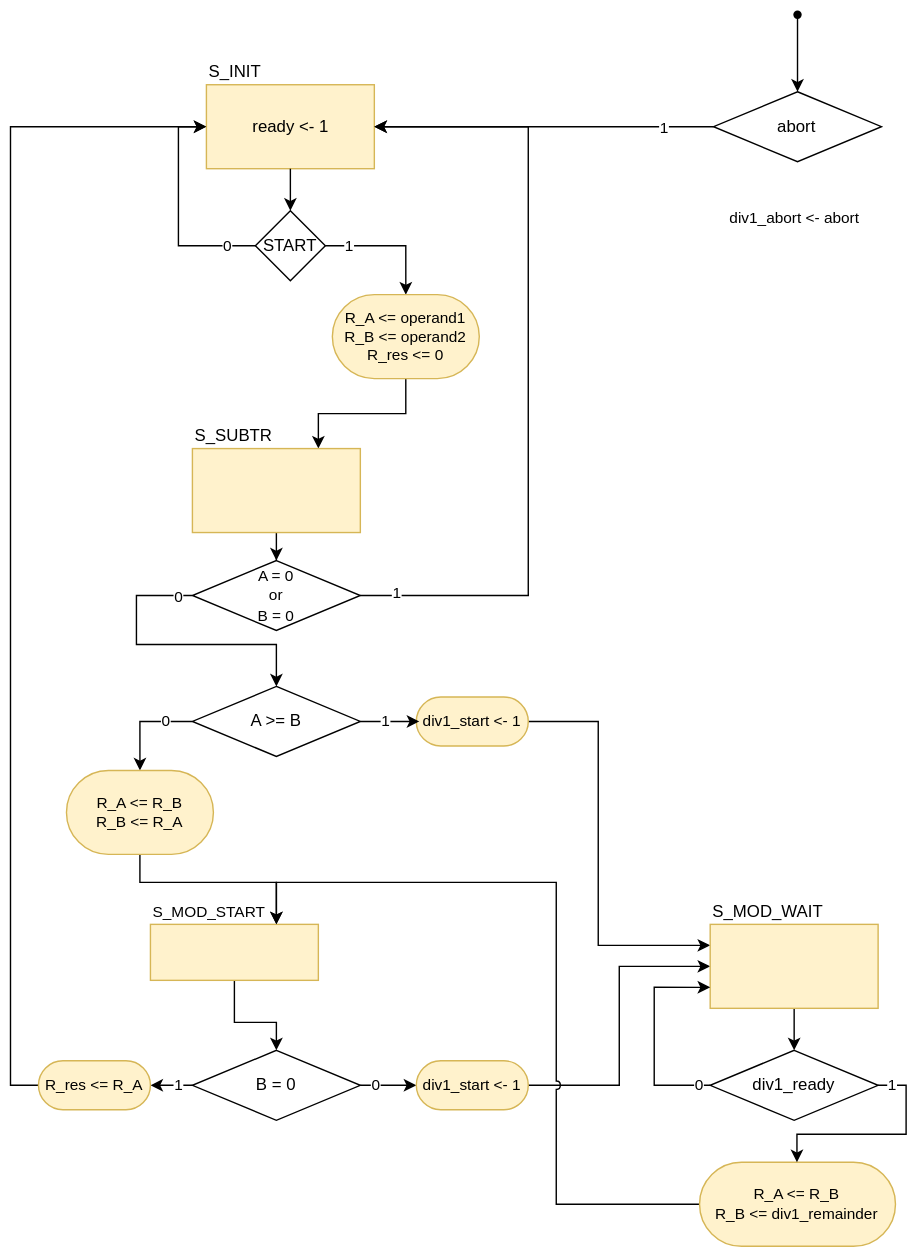
DavidTrevisan/calcolatori_elettronici_2025 keeps this draw.io diagram as doc/images/ASM-mcd_ctrl.drawio.svg. Above is the earlier version. Source tidied: cells renumbered, new cells last; positions are measured from the earlier drawing's top-left corner, leaving out a move shared by most shapes.
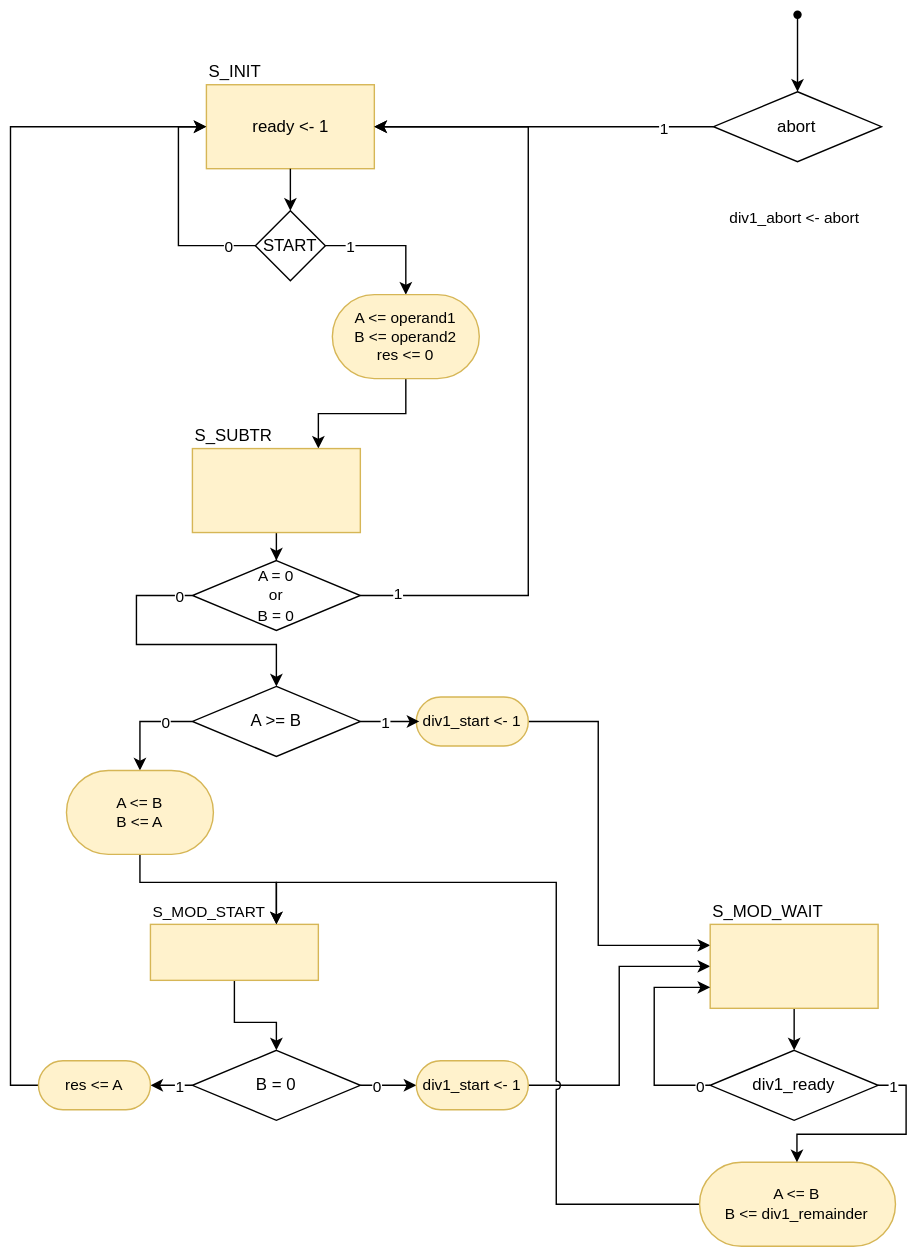
The same diagram one commit later.

Diff of the diagram source:
```diff
@@ -42,7 +42,7 @@
     <mxCell id="10" style="edgeStyle=orthogonalEdgeStyle;shape=connector;rounded=0;jumpStyle=arc;jettySize=auto;html=1;entryX=0.75;entryY=0;entryDx=0;entryDy=0;strokeColor=default;align=center;verticalAlign=middle;fontFamily=Helvetica;fontSize=11;fontColor=default;labelBackgroundColor=default;endArrow=classic;" parent="1" edge="1" source="11" target="14">
       <mxGeometry relative="1" as="geometry" />
     </mxCell>
-    <mxCell id="11" value="&lt;div&gt;R_A &amp;lt;= operand1&lt;/div&gt;&lt;div&gt;R_B &amp;lt;= operand2&lt;/div&gt;&lt;div&gt;R_res &amp;lt;= 0&lt;/div&gt;" style="rounded=1;whiteSpace=wrap;html=1;fontFamily=Helvetica;fontSize=11;labelBackgroundColor=none;fillColor=#fff2cc;strokeColor=#d6b656;arcSize=50;" parent="1" vertex="1">
+    <mxCell id="11" value="A &amp;lt;= operand1&lt;div&gt;B &amp;lt;= operand2&lt;/div&gt;&lt;div&gt;res &amp;lt;= 0&lt;/div&gt;" style="rounded=1;whiteSpace=wrap;html=1;fontFamily=Helvetica;fontSize=11;labelBackgroundColor=none;fillColor=#fff2cc;strokeColor=#d6b656;arcSize=50;" parent="1" vertex="1">
       <mxGeometry x="230" y="210" width="105" height="60" as="geometry" />
     </mxCell>
     <mxCell id="12" value="&lt;div&gt;div1_abort &amp;lt;- abort&lt;/div&gt;" style="text;html=1;align=center;verticalAlign=middle;strokeColor=none;fillColor=none;fontFamily=Helvetica;fontSize=11;fontColor=default;labelBackgroundColor=default;" parent="1" vertex="1">
@@ -150,7 +150,7 @@
         </Array>
       </mxGeometry>
     </mxCell>
-    <mxCell id="35" value="R_res &amp;lt;= R_A" style="rounded=1;whiteSpace=wrap;html=1;fontFamily=Helvetica;fontSize=11;labelBackgroundColor=none;fillColor=#fff2cc;strokeColor=#d6b656;arcSize=50;" parent="1" vertex="1">
+    <mxCell id="35" value="res &amp;lt;= A" style="rounded=1;whiteSpace=wrap;html=1;fontFamily=Helvetica;fontSize=11;labelBackgroundColor=none;fillColor=#fff2cc;strokeColor=#d6b656;arcSize=50;" parent="1" vertex="1">
       <mxGeometry x="20" y="757.5" width="80" height="35" as="geometry" />
     </mxCell>
     <mxCell id="36" style="edgeStyle=orthogonalEdgeStyle;rounded=0;jettySize=auto;html=1;entryX=0;entryY=0.5;entryDx=0;entryDy=0;" parent="1" edge="1" source="37" target="39">
@@ -179,7 +179,7 @@
         </Array>
       </mxGeometry>
     </mxCell>
-    <mxCell id="41" value="&lt;div&gt;R_A &amp;lt;= R_B&lt;/div&gt;&lt;div&gt;R_B &amp;lt;= div1_remainder&lt;/div&gt;" style="rounded=1;whiteSpace=wrap;html=1;fontFamily=Helvetica;fontSize=11;labelBackgroundColor=none;fillColor=#fff2cc;strokeColor=#d6b656;arcSize=50;" parent="1" vertex="1">
+    <mxCell id="41" value="A &amp;lt;= B&lt;div&gt;B &amp;lt;= div1_remainder&lt;/div&gt;" style="rounded=1;whiteSpace=wrap;html=1;fontFamily=Helvetica;fontSize=11;labelBackgroundColor=none;fillColor=#fff2cc;strokeColor=#d6b656;arcSize=50;" parent="1" vertex="1">
       <mxGeometry x="492.4" y="830" width="140" height="60" as="geometry" />
     </mxCell>
     <mxCell id="42" style="edgeStyle=orthogonalEdgeStyle;rounded=0;jettySize=auto;html=1;exitX=1;exitY=0.5;exitDx=0;exitDy=0;" parent="1" edge="1" source="46" target="41">
@@ -235,7 +235,7 @@
         </Array>
       </mxGeometry>
     </mxCell>
-    <mxCell id="53" value="&lt;div&gt;R_A &amp;lt;= R_B&lt;/div&gt;&lt;div&gt;R_B &amp;lt;= R_A&lt;/div&gt;" style="rounded=1;whiteSpace=wrap;html=1;fontFamily=Helvetica;fontSize=11;labelBackgroundColor=none;fillColor=#fff2cc;strokeColor=#d6b656;arcSize=50;" parent="1" vertex="1">
+    <mxCell id="53" value="A &amp;lt;= B&lt;div&gt;B &amp;lt;= A&lt;/div&gt;" style="rounded=1;whiteSpace=wrap;html=1;fontFamily=Helvetica;fontSize=11;labelBackgroundColor=none;fillColor=#fff2cc;strokeColor=#d6b656;arcSize=50;" parent="1" vertex="1">
       <mxGeometry x="40" y="550" width="105" height="60" as="geometry" />
     </mxCell>
   </root>
```
